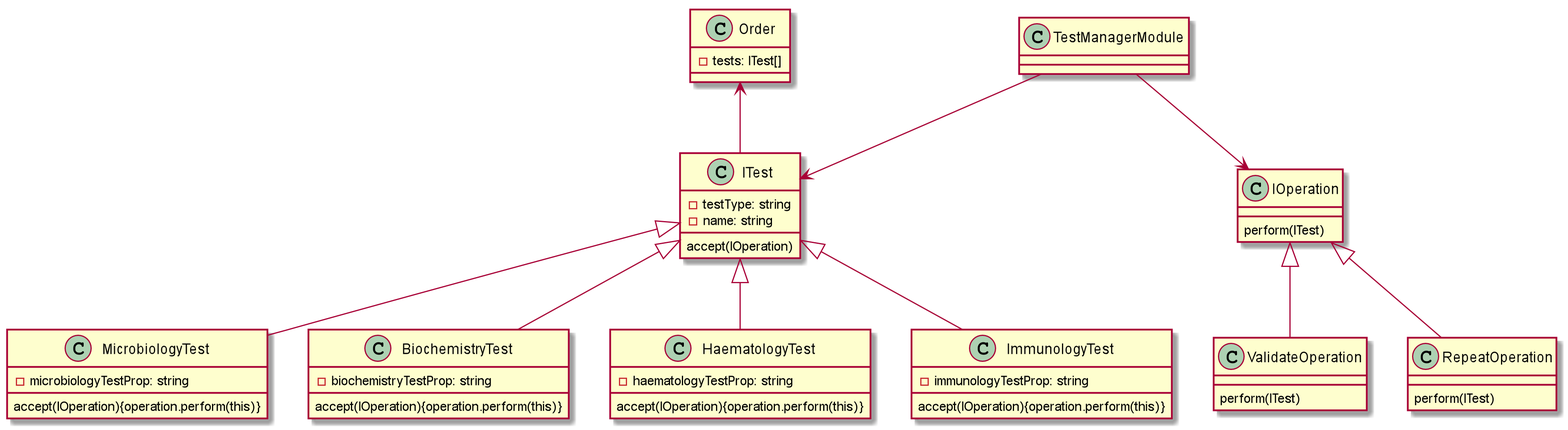
This is src/shared/assets/Test_Manager_Module.png from jacxon4/TestManagerModuleAssesment, a PlantUML export, as it was before one commit.
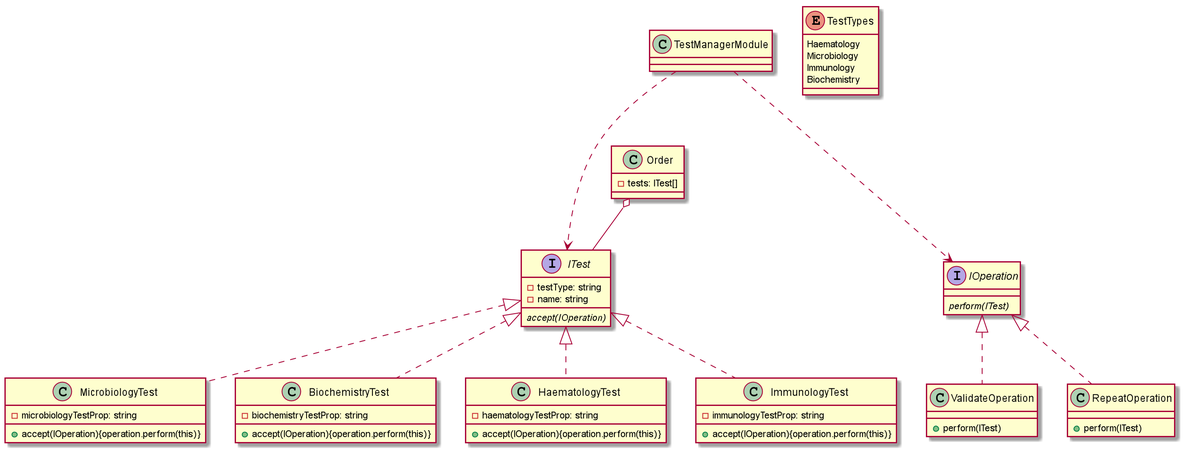
Later version of the same file.

Change to the diagram source:
```diff
@@ -1,32 +1,42 @@
 @startuml
-TestManagerModule --> ITest
-TestManagerModule --> IOperation
-ITest <|-- MicrobiologyTest
-ITest <|-- BiochemistryTest
-ITest <|-- HaematologyTest
-ITest <|-- ImmunologyTest
-Order <-- ITest
+
+Interface ITest
+TestManagerModule ...> ITest
+TestManagerModule ...> IOperation
+ITest <|.. MicrobiologyTest
+ITest <|.. BiochemistryTest
+ITest <|.. HaematologyTest
+ITest <|.. ImmunologyTest
+Order o-- ITest
 
 
-IOperation <|-- ValidateOperation
-IOperation <|-- RepeatOperation
+IOperation <|.. ValidateOperation
+IOperation <|.. RepeatOperation
 
 Order : - tests: ITest[]
-ITest : accept(IOperation)
+ITest : {abstract}accept(IOperation)
 ITest : - testType: string
 ITest : - name: string
 MicrobiologyTest : - microbiologyTestProp: string
-MicrobiologyTest : accept(IOperation){operation.perform(this)}
+MicrobiologyTest : +accept(IOperation){operation.perform(this)}
 BiochemistryTest : - biochemistryTestProp: string
-BiochemistryTest : accept(IOperation){operation.perform(this)}
+BiochemistryTest : +accept(IOperation){operation.perform(this)}
 HaematologyTest : - haematologyTestProp: string
-HaematologyTest : accept(IOperation){operation.perform(this)}
+HaematologyTest : +accept(IOperation){operation.perform(this)}
 ImmunologyTest : - immunologyTestProp: string
-ImmunologyTest : accept(IOperation){operation.perform(this)}
+ImmunologyTest : +accept(IOperation){operation.perform(this)}
 
-IOperation : perform(ITest)
-ValidateOperation : perform(ITest)
-RepeatOperation : perform(ITest)
+Interface IOperation
+IOperation : {abstract}perform(ITest)
+ValidateOperation : +perform(ITest)
+RepeatOperation : +perform(ITest)
+
+enum TestTypes{
+    Haematology
+    Microbiology
+    Immunology
+    Biochemistry
+}
 
 
 @enduml
```
